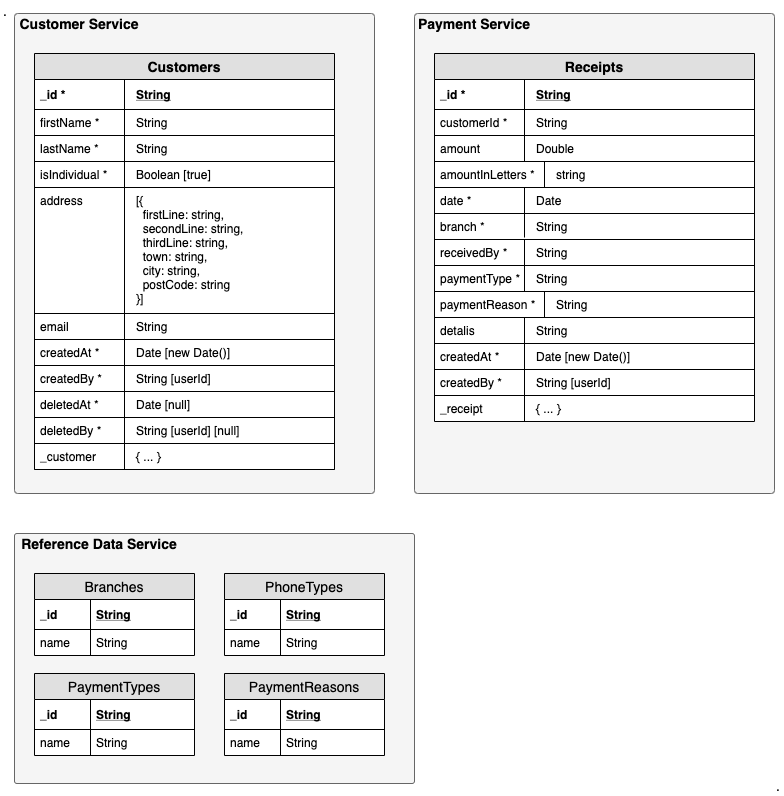
Before: _images/High-Level_Design-DB.png, a diagram exported from draw.io (aytekinyaliz/ylz-lh-infra). Source tidied: cells renumbered, new cells last; positions are measured from the earlier drawing's top-left corner, leaving out a move shared by most shapes.
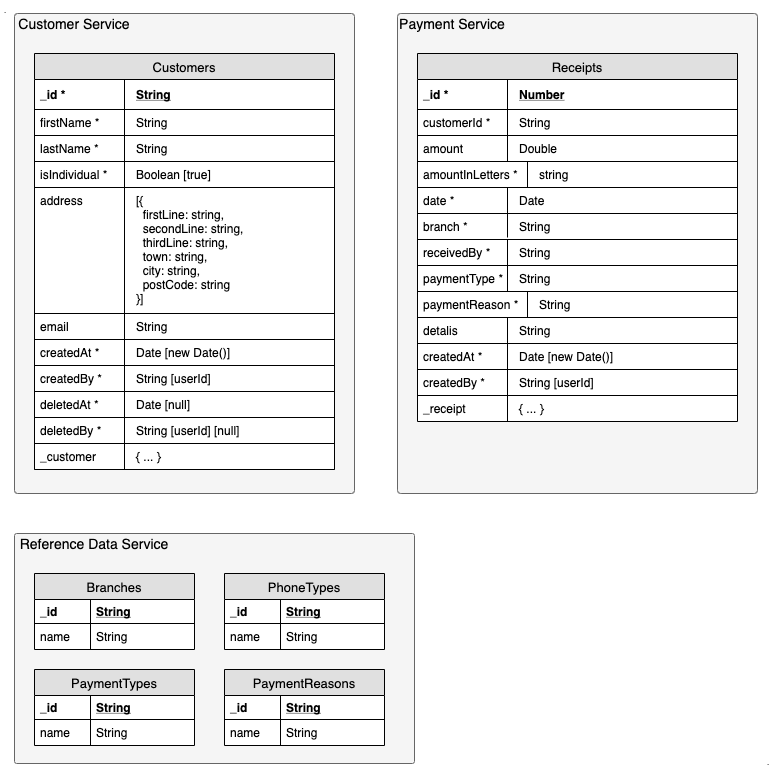
After the change.

Change to the diagram source:
```diff
@@ -3,24 +3,24 @@
     <mxCell id="0" />
     <mxCell id="1" parent="0" />
     <mxCell id="2" style="rounded=1;whiteSpace=wrap;html=1;fillColor=#f5f5f5;strokeColor=#666666;fontColor=#333333;arcSize=1;" parent="1" vertex="1">
-      <mxGeometry x="14" y="533" width="400" height="250" as="geometry" />
+      <mxGeometry x="14" y="533" width="400" height="230" as="geometry" />
     </mxCell>
     <mxCell id="3" style="rounded=1;whiteSpace=wrap;html=1;fillColor=#f5f5f5;strokeColor=#666666;fontColor=#333333;arcSize=1;" parent="1" vertex="1">
-      <mxGeometry x="414" y="13" width="360" height="480" as="geometry" />
+      <mxGeometry x="397" y="13" width="360" height="480" as="geometry" />
     </mxCell>
     <mxCell id="4" style="rounded=1;whiteSpace=wrap;html=1;fillColor=#f5f5f5;strokeColor=#666666;fontColor=#333333;rotation=0;arcSize=1;" parent="1" vertex="1">
-      <mxGeometry x="14" y="13" width="360" height="480" as="geometry" />
+      <mxGeometry x="14" y="13" width="340" height="480" as="geometry" />
     </mxCell>
-    <mxCell id="5" value="Customer Service" style="text;html=1;strokeColor=none;fillColor=none;align=center;verticalAlign=middle;whiteSpace=wrap;rounded=0;fontSize=14;fontStyle=1;" parent="1" vertex="1">
-      <mxGeometry x="14" y="13" width="130" height="20" as="geometry" />
+    <mxCell id="5" value="Customer Service" style="text;html=1;strokeColor=none;fillColor=none;align=center;verticalAlign=middle;whiteSpace=wrap;rounded=0;fontSize=14;fontStyle=0;" parent="1" vertex="1">
+      <mxGeometry x="14" y="13" width="120" height="20" as="geometry" />
     </mxCell>
-    <mxCell id="6" value="Payment Service" style="text;html=1;strokeColor=none;fillColor=none;align=center;verticalAlign=middle;whiteSpace=wrap;rounded=0;fontSize=14;fontStyle=1;" parent="1" vertex="1">
-      <mxGeometry x="414" y="13" width="120" height="20" as="geometry" />
+    <mxCell id="6" value="Payment Service" style="text;html=1;strokeColor=none;fillColor=none;align=center;verticalAlign=middle;whiteSpace=wrap;rounded=0;fontSize=14;fontStyle=0;" parent="1" vertex="1">
+      <mxGeometry x="397" y="13" width="110" height="20" as="geometry" />
     </mxCell>
-    <mxCell id="7" value="Reference Data Service" style="text;html=1;strokeColor=none;fillColor=none;align=center;verticalAlign=middle;whiteSpace=wrap;rounded=0;fontSize=14;fontStyle=1;" parent="1" vertex="1">
-      <mxGeometry x="14" y="533" width="170" height="20" as="geometry" />
+    <mxCell id="7" value="Reference Data Service" style="text;html=1;strokeColor=none;fillColor=none;align=center;verticalAlign=middle;whiteSpace=wrap;rounded=0;fontSize=14;fontStyle=0;" parent="1" vertex="1">
+      <mxGeometry x="14" y="533" width="160" height="20" as="geometry" />
     </mxCell>
-    <mxCell id="8" value="Customers" style="swimlane;fontStyle=1;horizontal=1;startSize=26;fillColor=#e0e0e0;swimlaneFillColor=#ffffff;align=center;fontSize=14;" parent="1" vertex="1">
+    <mxCell id="8" value="Customers" style="swimlane;fontStyle=0;horizontal=1;startSize=26;fillColor=#e0e0e0;swimlaneFillColor=#ffffff;align=center;fontSize=13;" parent="1" vertex="1">
       <mxGeometry x="34" y="53" width="300" height="416" as="geometry" />
     </mxCell>
     <mxCell id="9" value="String" style="shape=partialRectangle;top=0;left=0;right=0;bottom=1;align=left;verticalAlign=middle;fillColor=none;spacingLeft=100;spacingRight=4;overflow=hidden;fontStyle=5;fontSize=12;" parent="8" vertex="1">
@@ -89,10 +89,10 @@
     <mxCell id="30" value="_customer" style="shape=partialRectangle;top=0;left=0;bottom=0;fillColor=none;align=left;verticalAlign=top;spacingLeft=4;spacingRight=4;overflow=hidden;fontSize=12;" parent="29" vertex="1">
       <mxGeometry width="90" height="26" as="geometry" />
     </mxCell>
-    <mxCell id="31" value="Receipts" style="swimlane;fontStyle=1;horizontal=1;startSize=26;fillColor=#e0e0e0;swimlaneFillColor=#ffffff;align=center;fontSize=14;" parent="1" vertex="1">
-      <mxGeometry x="434" y="53" width="320" height="368" as="geometry" />
+    <mxCell id="31" value="Receipts" style="swimlane;fontStyle=0;horizontal=1;startSize=26;fillColor=#e0e0e0;swimlaneFillColor=#ffffff;align=center;fontSize=13;" parent="1" vertex="1">
+      <mxGeometry x="417" y="53" width="320" height="368" as="geometry" />
     </mxCell>
-    <mxCell id="32" value="String" style="shape=partialRectangle;top=0;left=0;right=0;bottom=1;align=left;verticalAlign=middle;fillColor=none;spacingLeft=100;spacingRight=4;overflow=hidden;fontStyle=5;fontSize=12;" parent="31" vertex="1">
+    <mxCell id="32" value="Number" style="shape=partialRectangle;top=0;left=0;right=0;bottom=1;align=left;verticalAlign=middle;fillColor=none;spacingLeft=100;spacingRight=4;overflow=hidden;fontStyle=5;fontSize=12;" parent="31" vertex="1">
       <mxGeometry y="26" width="320" height="30" as="geometry" />
     </mxCell>
     <mxCell id="33" value="_id *" style="shape=partialRectangle;fontStyle=1;top=0;left=0;bottom=0;fillColor=none;align=left;verticalAlign=middle;spacingLeft=4;spacingRight=4;overflow=hidden;fontSize=12;" parent="32" vertex="1">
@@ -170,68 +170,68 @@
     <mxCell id="57" value="_receipt" style="shape=partialRectangle;top=0;left=0;bottom=0;fillColor=none;align=left;verticalAlign=top;spacingLeft=4;spacingRight=4;overflow=hidden;fontSize=12;" parent="56" vertex="1">
       <mxGeometry width="90" height="26" as="geometry" />
     </mxCell>
-    <mxCell id="58" value="." style="text;html=1;strokeColor=none;fillColor=none;align=center;verticalAlign=middle;whiteSpace=wrap;rounded=0;shadow=0;comic=0;fontSize=14;" parent="1" vertex="1">
+    <mxCell id="58" value="." style="text;html=1;strokeColor=none;fillColor=none;align=center;verticalAlign=middle;whiteSpace=wrap;rounded=0;shadow=0;comic=0;fontSize=8;" parent="1" vertex="1">
       <mxGeometry width="10" height="20" as="geometry" />
     </mxCell>
-    <mxCell id="59" value="." style="text;html=1;strokeColor=none;fillColor=none;align=center;verticalAlign=middle;whiteSpace=wrap;rounded=0;shadow=0;comic=0;fontSize=14;" parent="1" vertex="1">
-      <mxGeometry x="773" y="775" width="10" height="20" as="geometry" />
+    <mxCell id="59" value="." style="text;html=1;strokeColor=none;fillColor=none;align=center;verticalAlign=middle;whiteSpace=wrap;rounded=0;shadow=0;comic=0;fontSize=8;" parent="1" vertex="1">
+      <mxGeometry x="763" y="752" width="10" height="20" as="geometry" />
     </mxCell>
-    <mxCell id="60" value="Branches" style="swimlane;fontStyle=0;horizontal=1;startSize=26;fillColor=#e0e0e0;swimlaneFillColor=#ffffff;align=center;fontSize=14;" parent="1" vertex="1">
-      <mxGeometry x="34" y="573" width="160" height="82" as="geometry" />
+    <mxCell id="60" value="Branches" style="swimlane;fontStyle=0;horizontal=1;startSize=26;fillColor=#e0e0e0;swimlaneFillColor=#ffffff;align=center;fontSize=13;" parent="1" vertex="1">
+      <mxGeometry x="34" y="573" width="160" height="76" as="geometry" />
     </mxCell>
     <mxCell id="61" value="String" style="shape=partialRectangle;top=0;left=0;right=0;bottom=1;align=left;verticalAlign=middle;fillColor=none;spacingLeft=60;spacingRight=4;overflow=hidden;fontStyle=5;fontSize=12;" parent="60" vertex="1">
-      <mxGeometry y="26" width="160" height="30" as="geometry" />
+      <mxGeometry y="26" width="160" height="24" as="geometry" />
     </mxCell>
     <mxCell id="62" value="_id" style="shape=partialRectangle;fontStyle=1;top=0;left=0;bottom=0;fillColor=none;align=left;verticalAlign=middle;spacingLeft=4;spacingRight=4;overflow=hidden;fontSize=12;" parent="61" vertex="1">
-      <mxGeometry width="56" height="30" as="geometry" />
+      <mxGeometry width="56" height="24" as="geometry" />
     </mxCell>
     <mxCell id="63" value="String" style="shape=partialRectangle;top=0;left=0;right=0;bottom=0;align=left;verticalAlign=top;fillColor=none;spacingLeft=60;spacingRight=4;overflow=hidden;fontSize=12;" parent="60" vertex="1">
-      <mxGeometry y="56" width="160" height="26" as="geometry" />
+      <mxGeometry y="50" width="160" height="26" as="geometry" />
     </mxCell>
     <mxCell id="64" value="name" style="shape=partialRectangle;top=0;left=0;bottom=0;fillColor=none;align=left;verticalAlign=top;spacingLeft=4;spacingRight=4;overflow=hidden;fontSize=12;" parent="63" vertex="1">
       <mxGeometry width="56" height="26" as="geometry" />
     </mxCell>
-    <mxCell id="65" value="PaymentTypes" style="swimlane;fontStyle=0;horizontal=1;startSize=26;fillColor=#e0e0e0;swimlaneFillColor=#ffffff;align=center;fontSize=14;" parent="1" vertex="1">
-      <mxGeometry x="34" y="673" width="160" height="82" as="geometry" />
+    <mxCell id="65" value="PaymentTypes" style="swimlane;fontStyle=0;horizontal=1;startSize=26;fillColor=#e0e0e0;swimlaneFillColor=#ffffff;align=center;fontSize=13;" parent="1" vertex="1">
+      <mxGeometry x="34" y="669" width="160" height="76" as="geometry" />
     </mxCell>
     <mxCell id="66" value="String" style="shape=partialRectangle;top=0;left=0;right=0;bottom=1;align=left;verticalAlign=middle;fillColor=none;spacingLeft=60;spacingRight=4;overflow=hidden;fontStyle=5;fontSize=12;" parent="65" vertex="1">
-      <mxGeometry y="26" width="160" height="30" as="geometry" />
+      <mxGeometry y="26" width="160" height="24" as="geometry" />
     </mxCell>
     <mxCell id="67" value="_id" style="shape=partialRectangle;fontStyle=1;top=0;left=0;bottom=0;fillColor=none;align=left;verticalAlign=middle;spacingLeft=4;spacingRight=4;overflow=hidden;fontSize=12;" parent="66" vertex="1">
-      <mxGeometry width="56" height="30" as="geometry" />
+      <mxGeometry width="56" height="24" as="geometry" />
     </mxCell>
     <mxCell id="68" value="String" style="shape=partialRectangle;top=0;left=0;right=0;bottom=0;align=left;verticalAlign=top;fillColor=none;spacingLeft=60;spacingRight=4;overflow=hidden;fontSize=12;" parent="65" vertex="1">
-      <mxGeometry y="56" width="160" height="26" as="geometry" />
+      <mxGeometry y="50" width="160" height="26" as="geometry" />
     </mxCell>
     <mxCell id="69" value="name" style="shape=partialRectangle;top=0;left=0;bottom=0;fillColor=none;align=left;verticalAlign=top;spacingLeft=4;spacingRight=4;overflow=hidden;fontSize=12;" parent="68" vertex="1">
       <mxGeometry width="56" height="26" as="geometry" />
     </mxCell>
-    <mxCell id="70" value="PaymentReasons" style="swimlane;fontStyle=0;horizontal=1;startSize=26;fillColor=#e0e0e0;swimlaneFillColor=#ffffff;align=center;fontSize=14;" parent="1" vertex="1">
-      <mxGeometry x="224" y="673" width="160" height="82" as="geometry" />
+    <mxCell id="70" value="PaymentReasons" style="swimlane;fontStyle=0;horizontal=1;startSize=26;fillColor=#e0e0e0;swimlaneFillColor=#ffffff;align=center;fontSize=13;" parent="1" vertex="1">
+      <mxGeometry x="224" y="669" width="160" height="76" as="geometry" />
     </mxCell>
     <mxCell id="71" value="String" style="shape=partialRectangle;top=0;left=0;right=0;bottom=1;align=left;verticalAlign=middle;fillColor=none;spacingLeft=60;spacingRight=4;overflow=hidden;fontStyle=5;fontSize=12;" parent="70" vertex="1">
-      <mxGeometry y="26" width="160" height="30" as="geometry" />
+      <mxGeometry y="26" width="160" height="24" as="geometry" />
     </mxCell>
     <mxCell id="72" value="_id" style="shape=partialRectangle;fontStyle=1;top=0;left=0;bottom=0;fillColor=none;align=left;verticalAlign=middle;spacingLeft=4;spacingRight=4;overflow=hidden;fontSize=12;" parent="71" vertex="1">
-      <mxGeometry width="56" height="30" as="geometry" />
+      <mxGeometry width="56" height="24" as="geometry" />
     </mxCell>
     <mxCell id="73" value="String" style="shape=partialRectangle;top=0;left=0;right=0;bottom=0;align=left;verticalAlign=top;fillColor=none;spacingLeft=60;spacingRight=4;overflow=hidden;fontSize=12;" parent="70" vertex="1">
-      <mxGeometry y="56" width="160" height="26" as="geometry" />
+      <mxGeometry y="50" width="160" height="26" as="geometry" />
     </mxCell>
     <mxCell id="74" value="name" style="shape=partialRectangle;top=0;left=0;bottom=0;fillColor=none;align=left;verticalAlign=top;spacingLeft=4;spacingRight=4;overflow=hidden;fontSize=12;" parent="73" vertex="1">
       <mxGeometry width="56" height="26" as="geometry" />
     </mxCell>
-    <mxCell id="75" value="PhoneTypes" style="swimlane;fontStyle=0;horizontal=1;startSize=26;fillColor=#e0e0e0;swimlaneFillColor=#ffffff;align=center;fontSize=14;" parent="1" vertex="1">
-      <mxGeometry x="224" y="573" width="160" height="82" as="geometry" />
+    <mxCell id="75" value="PhoneTypes" style="swimlane;fontStyle=0;horizontal=1;startSize=26;fillColor=#e0e0e0;swimlaneFillColor=#ffffff;align=center;fontSize=13;" parent="1" vertex="1">
+      <mxGeometry x="224" y="573" width="160" height="76" as="geometry" />
     </mxCell>
     <mxCell id="76" value="String" style="shape=partialRectangle;top=0;left=0;right=0;bottom=1;align=left;verticalAlign=middle;fillColor=none;spacingLeft=60;spacingRight=4;overflow=hidden;fontStyle=5;fontSize=12;" parent="75" vertex="1">
-      <mxGeometry y="26" width="160" height="30" as="geometry" />
+      <mxGeometry y="26" width="160" height="24" as="geometry" />
     </mxCell>
     <mxCell id="77" value="_id" style="shape=partialRectangle;fontStyle=1;top=0;left=0;bottom=0;fillColor=none;align=left;verticalAlign=middle;spacingLeft=4;spacingRight=4;overflow=hidden;fontSize=12;" parent="76" vertex="1">
-      <mxGeometry width="56" height="30" as="geometry" />
+      <mxGeometry width="56" height="24" as="geometry" />
     </mxCell>
     <mxCell id="78" value="String" style="shape=partialRectangle;top=0;left=0;right=0;bottom=0;align=left;verticalAlign=top;fillColor=none;spacingLeft=60;spacingRight=4;overflow=hidden;fontSize=12;" parent="75" vertex="1">
-      <mxGeometry y="56" width="160" height="26" as="geometry" />
+      <mxGeometry y="50" width="160" height="26" as="geometry" />
     </mxCell>
     <mxCell id="79" value="name" style="shape=partialRectangle;top=0;left=0;bottom=0;fillColor=none;align=left;verticalAlign=top;spacingLeft=4;spacingRight=4;overflow=hidden;fontSize=12;" parent="78" vertex="1">
       <mxGeometry width="56" height="26" as="geometry" />
```
